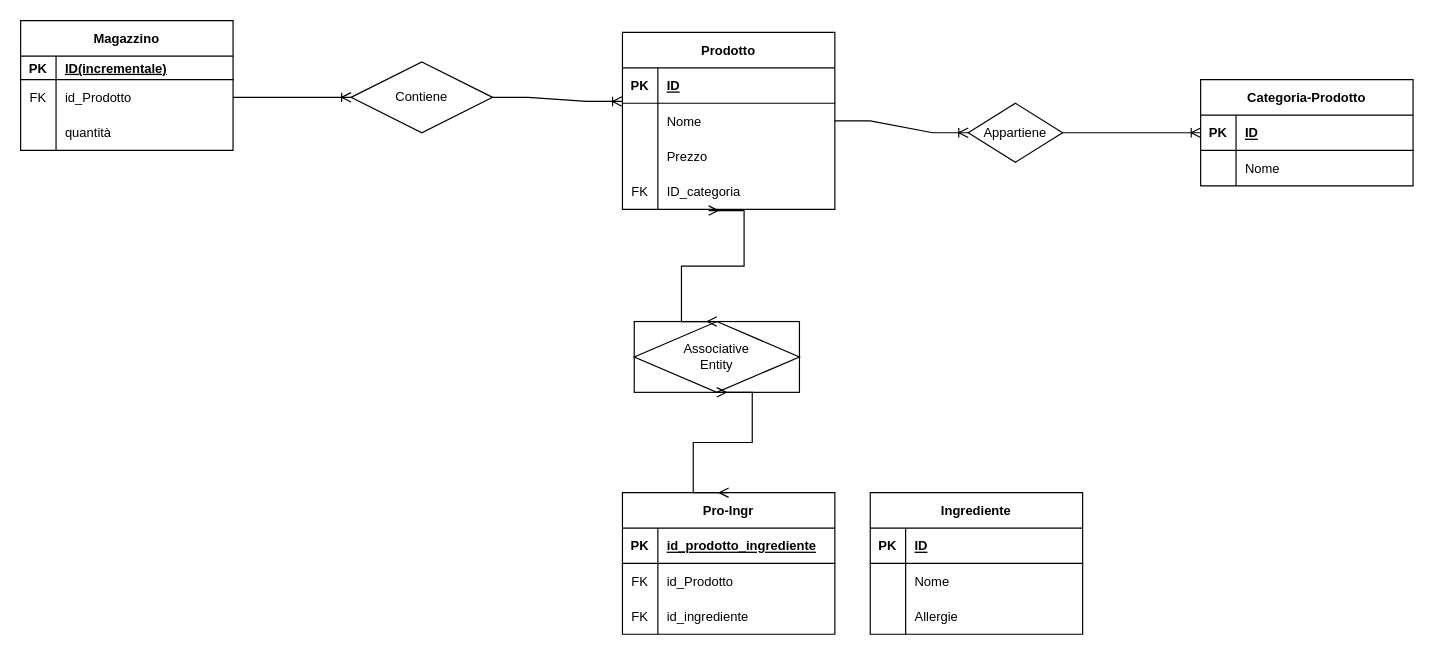
The draw.io diagram schema e-r.drawio in AdrianaIachim/Evomatic, before the edit. Source tidied: cells renumbered, new cells numbered last; positions are measured from the earlier drawing's top-left corner, leaving out a move shared by most shapes. Both pictures are drawn from the tidied source at 118%, with x=0, y=0 at pixel (20, 20).
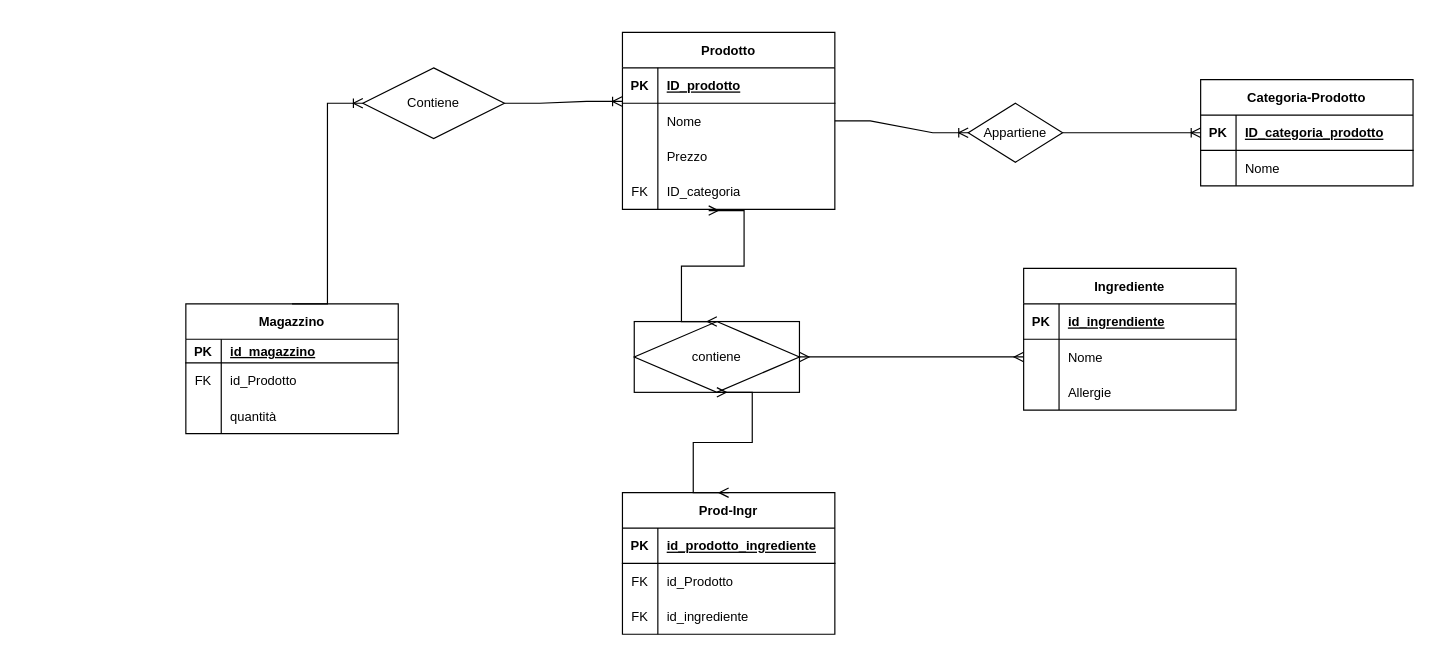
The same page after the edit.

Commit message:
file modificato schema e-r

sembrerebbe completo!!!!

Unchanged cells that the change refers to:
```xml
<mxCell id="3" style="shape=tableRow;horizontal=0;startSize=0;swimlaneHead=0;swimlaneBody=0;fillColor=none;top=0;left=0;right=0;bottom=1;fontSize=11;" parent="2" vertex="1">
  <mxGeometry y="30" width="180" height="30" as="geometry" />
</mxCell>
<mxCell id="16" style="shape=tableRow;horizontal=0;startSize=0;swimlaneHead=0;swimlaneBody=0;fillColor=none;points=[[0,0.5],[1,0.5]];portConstraint=eastwest;top=0;left=0;right=0;bottom=1;fontSize=11;" parent="15" vertex="1">
  <mxGeometry y="30" width="180" height="30" as="geometry" />
</mxCell>
<mxCell id="23" style="shape=tableRow;horizontal=0;startSize=0;swimlaneHead=0;swimlaneBody=0;fillColor=none;top=0;left=0;right=0;bottom=1;fontSize=11;" parent="22" vertex="1">
  <mxGeometry y="30" width="180" height="30" as="geometry" />
</mxCell>
<mxCell id="26" style="shape=tableRow;horizontal=0;startSize=0;swimlaneHead=0;swimlaneBody=0;fillColor=none;points=[[0,0.5],[1,0.5]];portConstraint=eastwest;top=0;left=0;right=0;bottom=0;fontSize=11;" parent="22" vertex="1">
  <mxGeometry y="60" width="180" height="30" as="geometry" />
</mxCell>
<mxCell id="51" style="shape=tableRow;horizontal=0;startSize=0;swimlaneHead=0;swimlaneBody=0;fillColor=none;top=0;left=0;right=0;bottom=1;fontSize=11;" parent="50" vertex="1">
  <mxGeometry y="30" width="180" height="20" as="geometry" />
</mxCell>
<mxCell id="54" style="shape=tableRow;horizontal=0;startSize=0;swimlaneHead=0;swimlaneBody=0;fillColor=none;points=[[0,0.5],[1,0.5]];portConstraint=eastwest;top=0;left=0;right=0;bottom=0;fontSize=11;" parent="50" vertex="1">
  <mxGeometry y="50" width="180" height="30" as="geometry" />
</mxCell>
```

The edit, as a diff of the source:
```diff
@@
-    <mxCell id="5" value="ID" style="shape=partialRectangle;fillColor=none;top=0;left=0;bottom=0;right=0;align=left;spacingLeft=6;fontStyle=5;overflow=hidden;fontSize=11;" parent="3" vertex="1">
+    <mxCell id="5" value="ID_prodotto" style="shape=partialRectangle;fillColor=none;top=0;left=0;bottom=0;right=0;align=left;spacingLeft=6;fontStyle=5;overflow=hidden;fontSize=11;" parent="3" vertex="1">
       <mxGeometry x="30" width="150" height="30" as="geometry" />
     </mxCell>
@@
-    <mxCell id="18" value="ID" style="shape=partialRectangle;fillColor=none;top=0;left=0;bottom=0;right=0;align=left;spacingLeft=6;fontStyle=5;overflow=hidden;fontSize=11;" parent="16" vertex="1">
+    <mxCell id="18" value="ID_categoria_prodotto" style="shape=partialRectangle;fillColor=none;top=0;left=0;bottom=0;right=0;align=left;spacingLeft=6;fontStyle=5;overflow=hidden;fontSize=11;" parent="16" vertex="1">
       <mxGeometry x="30" width="150" height="30" as="geometry" />
     </mxCell>
@@
     <mxCell id="22" value="Ingrediente" style="shape=table;startSize=30;childLayout=tableLayout;rowLines=0;fontStyle=1;align=center;fontSize=11;" parent="1" vertex="1">
-      <mxGeometry x="720" y="400" width="180" height="120" as="geometry" />
+      <mxGeometry x="850" y="210" width="180" height="120" as="geometry" />
     </mxCell>
@@
-    <mxCell id="25" value="ID" style="shape=partialRectangle;fillColor=none;top=0;left=0;bottom=0;right=0;align=left;spacingLeft=6;fontStyle=5;overflow=hidden;fontSize=11;" parent="23" vertex="1">
+    <mxCell id="25" value="id_ingrendiente" style="shape=partialRectangle;fillColor=none;top=0;left=0;bottom=0;right=0;align=left;spacingLeft=6;fontStyle=5;overflow=hidden;fontSize=11;" parent="23" vertex="1">
       <mxGeometry x="30" width="150" height="30" as="geometry" />
     </mxCell>
@@
-    <mxCell id="37" value="Pro-Ingr" style="shape=table;startSize=30;childLayout=tableLayout;rowLines=0;fontStyle=1;align=center;fontSize=11;" parent="1" vertex="1">
+    <mxCell id="37" value="Prod-Ingr" style="shape=table;startSize=30;childLayout=tableLayout;rowLines=0;fontStyle=1;align=center;fontSize=11;" parent="1" vertex="1">
       <mxGeometry x="510" y="400" width="180" height="120" as="geometry" />
     </mxCell>
@@
-    <mxCell id="47" value="Associative&#10;Entity" style="shape=associativeEntity;whiteSpace=wrap;html=1;align=center;fontSize=11;" parent="1" vertex="1">
+    <mxCell id="47" value="contiene" style="shape=associativeEntity;whiteSpace=wrap;html=1;align=center;fontSize=11;" parent="1" vertex="1">
       <mxGeometry x="520" y="255" width="140" height="60" as="geometry" />
     </mxCell>
@@
     <mxCell id="50" value="Magazzino" style="shape=table;startSize=30;childLayout=tableLayout;rowLines=0;fontStyle=1;align=center;fontSize=11;" parent="1" vertex="1">
-      <mxGeometry width="180" height="110" as="geometry" />
+      <mxGeometry x="140" y="240" width="180" height="110" as="geometry" />
     </mxCell>
@@
-    <mxCell id="53" value="ID(incrementale)" style="shape=partialRectangle;fillColor=none;top=0;left=0;bottom=0;right=0;align=left;spacingLeft=6;fontStyle=5;overflow=hidden;fontSize=11;" parent="51" vertex="1">
+    <mxCell id="53" value="id_magazzino" style="shape=partialRectangle;fillColor=none;top=0;left=0;bottom=0;right=0;align=left;spacingLeft=6;fontStyle=5;overflow=hidden;fontSize=11;" parent="51" vertex="1">
       <mxGeometry x="30" width="150" height="20" as="geometry" />
     </mxCell>
@@
     <mxCell id="60" value="Contiene" style="shape=rhombus;perimeter=rhombusPerimeter;whiteSpace=wrap;html=1;align=center;fontSize=11;" parent="1" vertex="1">
-      <mxGeometry x="280" y="35" width="120" height="60" as="geometry" />
+      <mxGeometry x="290" y="40" width="120" height="60" as="geometry" />
     </mxCell>
-    <mxCell id="61" style="edgeStyle=entityRelationEdgeStyle;fontSize=12;html=1;endArrow=ERoneToMany;rounded=0;exitX=1;exitY=0.5;exitDx=0;exitDy=0;entryX=0;entryY=0.5;entryDx=0;entryDy=0;" parent="1" edge="1" source="54" target="60">
+    <mxCell id="61" style="edgeStyle=entityRelationEdgeStyle;fontSize=12;html=1;endArrow=ERoneToMany;rounded=0;exitX=0.5;exitY=0;exitDx=0;exitDy=0;entryX=0;entryY=0.5;entryDx=0;entryDy=0;" parent="1" edge="1" source="50" target="60">
       <mxGeometry relative="1" as="geometry" />
     </mxCell>
@@
+    <mxCell id="63" style="edgeStyle=entityRelationEdgeStyle;fontSize=12;html=1;endArrow=ERmany;startArrow=ERmany;rounded=0;exitX=1;exitY=0.5;exitDx=0;exitDy=0;entryX=0;entryY=0.5;entryDx=0;entryDy=0;" parent="1" edge="1" source="47" target="26">
+      <mxGeometry relative="1" as="geometry" />
+    </mxCell>
```
